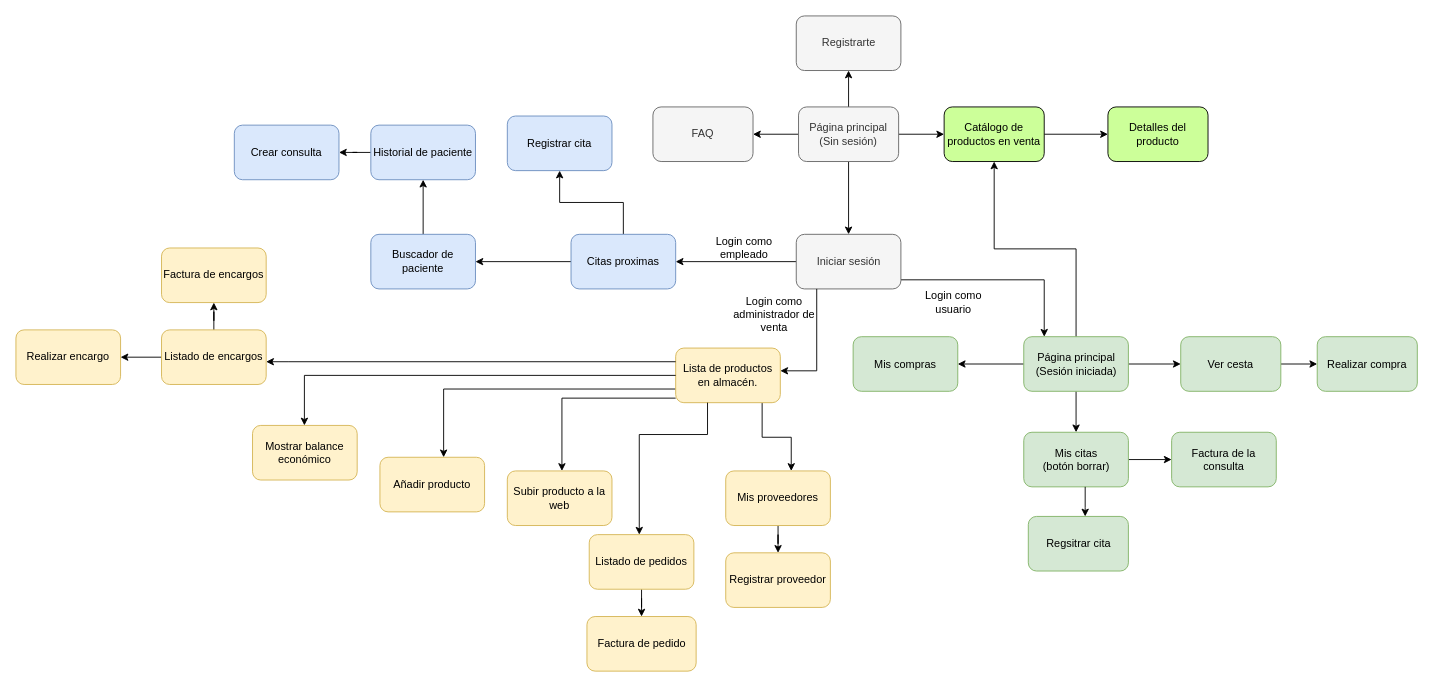
Before: Recursos/Diagrama de navegación.drawio in Jesusjbs/clinicaDental-ir, a draw.io diagram. Source tidied: cells renumbered, new cells numbered last; positions are measured from the earlier drawing's top-left corner, leaving out a move shared by most shapes. Both pictures are drawn from the tidied source at 91%, with x=0, y=0 at pixel (15, 15).
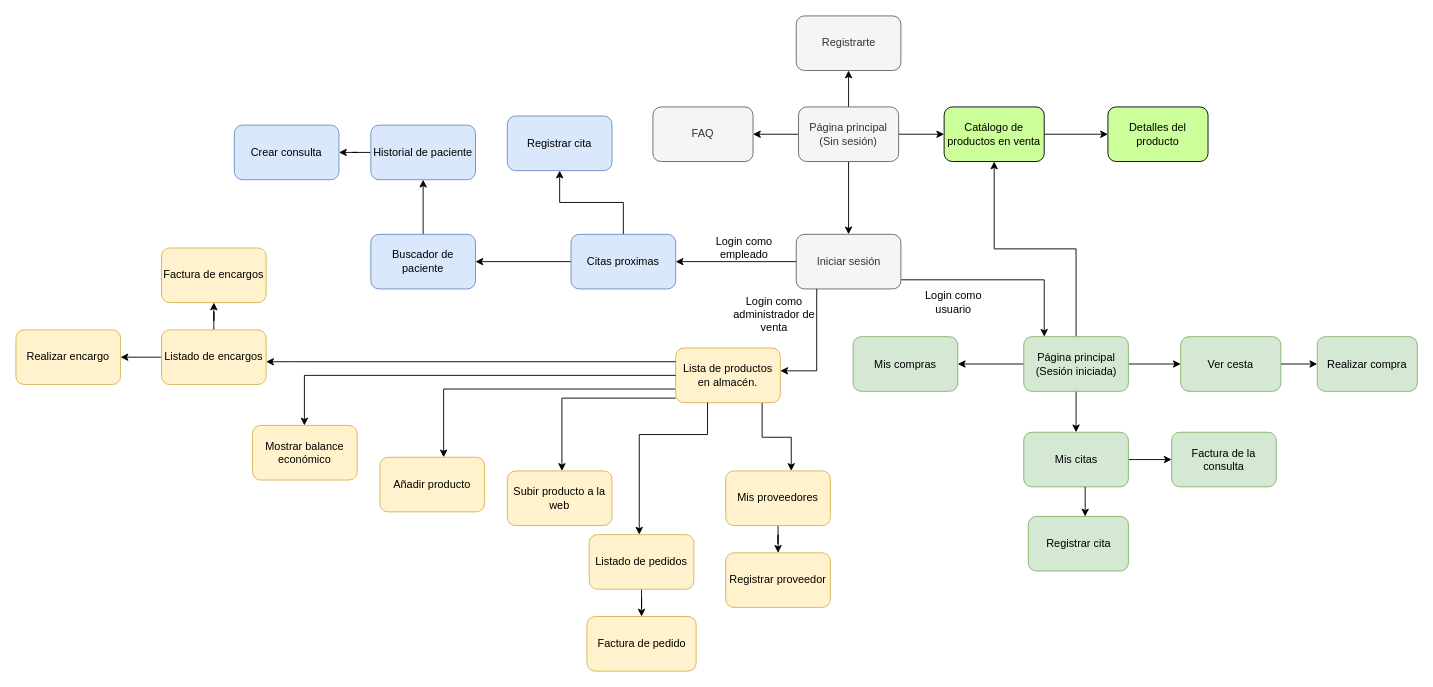
The same page after the edit.

The edit, as a diff of the source:
```diff
@@
-    <mxCell id="18" value="Mis citas&lt;br&gt;(botón borrar)" style="whiteSpace=wrap;html=1;rounded=1;fillColor=#d5e8d4;strokeColor=#82b366;" parent="1" vertex="1">
+    <mxCell id="18" value="Mis citas" style="whiteSpace=wrap;html=1;rounded=1;fillColor=#d5e8d4;strokeColor=#82b366;" parent="1" vertex="1">
       <mxGeometry x="1107.5" y="457.5" width="115" height="60" as="geometry" />
     </mxCell>
@@
-    <mxCell id="57" value="Regsitrar cita" style="rounded=1;whiteSpace=wrap;html=1;fillColor=#d5e8d4;strokeColor=#82b366;" parent="1" vertex="1">
+    <mxCell id="57" value="Registrar cita" style="rounded=1;whiteSpace=wrap;html=1;fillColor=#d5e8d4;strokeColor=#82b366;" parent="1" vertex="1">
       <mxGeometry x="1112.5" y="550" width="110" height="60" as="geometry" />
     </mxCell>
```
